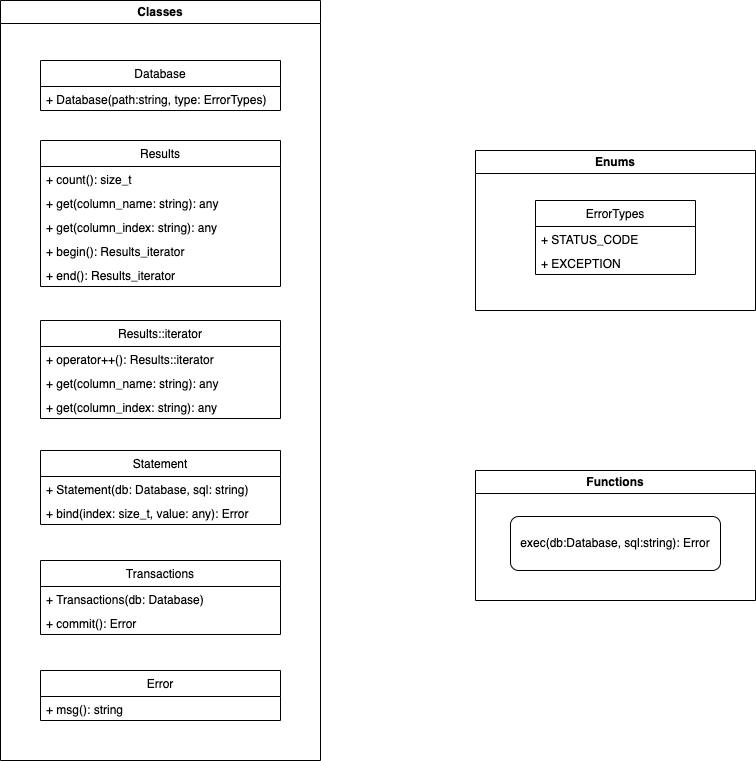
Above: architecture/demo.drawio.png in abdulla-ashurov/sqlite-wrapper-cpp (draw.io), before the change. Source tidied: cells renumbered, new cells last; positions are measured from the earlier drawing's top-left corner, leaving out a move shared by most shapes.
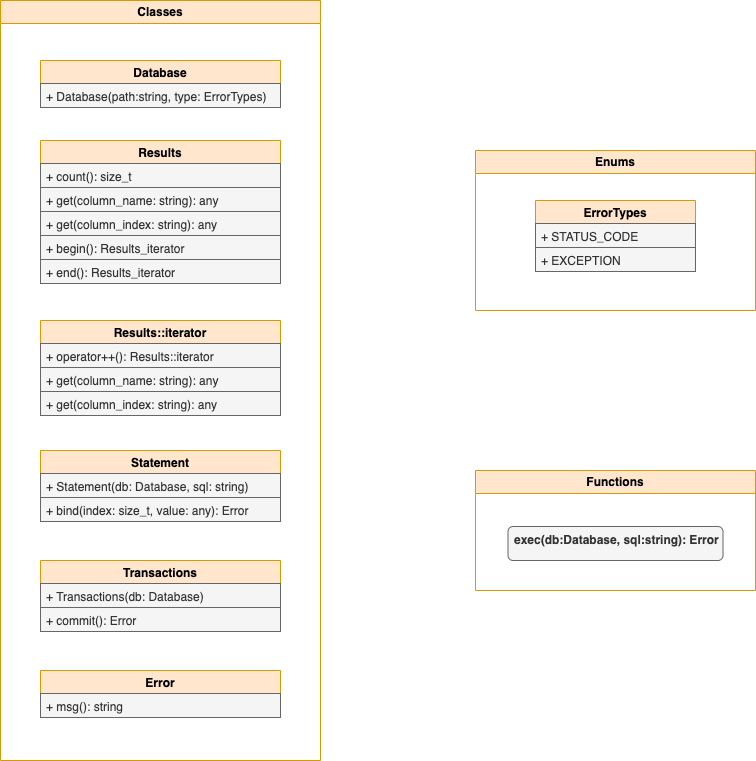
Later version of the same file.

Diff of the diagram source:
```diff
@@ -1,87 +1,87 @@
-<mxGraphModel>
+<mxGraphModel background="#FFFFFF">
   <root>
     <mxCell id="0" />
     <mxCell id="1" parent="0" />
-    <mxCell id="2" value="Classes" style="swimlane;whiteSpace=wrap;html=1;" parent="1" vertex="1">
+    <mxCell id="2" value="&lt;font color=&quot;#000000&quot;&gt;Classes&lt;/font&gt;" style="swimlane;whiteSpace=wrap;html=1;fillColor=#ffe6cc;strokeColor=#d79b00;align=center;verticalAlign=middle;spacingLeft=4;spacingRight=4;gradientColor=none;swimlaneFillColor=default;" parent="1" vertex="1">
       <mxGeometry width="320" height="760" as="geometry" />
     </mxCell>
-    <mxCell id="3" value="Database" style="swimlane;fontStyle=0;horizontal=1;startSize=26;fillColor=none;" parent="2" vertex="1">
-      <mxGeometry x="40" y="60" width="240" height="50" as="geometry" />
+    <mxCell id="3" value="Database" style="swimlane;fontStyle=1;horizontal=1;startSize=23;fillColor=#ffe6cc;strokeColor=#d79b00;fontColor=#000000;" parent="2" vertex="1">
+      <mxGeometry x="40" y="60" width="240" height="47" as="geometry" />
     </mxCell>
-    <mxCell id="4" value="+ Database(path:string, type: ErrorTypes)" style="text;strokeColor=none;fillColor=none;align=left;verticalAlign=top;spacingLeft=4;spacingRight=4;overflow=hidden;" parent="3" vertex="1">
-      <mxGeometry y="26" width="240" height="24" as="geometry" />
+    <mxCell id="4" value="+ Database(path:string, type: ErrorTypes)" style="text;strokeColor=#666666;fillColor=#f5f5f5;align=left;verticalAlign=top;spacingLeft=4;spacingRight=4;overflow=hidden;fontColor=#333333;" parent="3" vertex="1">
+      <mxGeometry y="23" width="240" height="24" as="geometry" />
     </mxCell>
-    <mxCell id="5" value="Error" style="swimlane;fontStyle=0;horizontal=1;startSize=26;fillColor=none;" parent="2" vertex="1">
-      <mxGeometry x="40" y="670" width="240" height="50" as="geometry" />
+    <mxCell id="5" value="Error" style="swimlane;fontStyle=1;horizontal=1;startSize=23;fillColor=#ffe6cc;strokeColor=#d79b00;fontColor=#000000;" parent="2" vertex="1">
+      <mxGeometry x="40" y="670" width="240" height="47" as="geometry" />
     </mxCell>
-    <mxCell id="6" value="+ msg(): string" style="text;strokeColor=none;fillColor=none;align=left;verticalAlign=top;spacingLeft=4;spacingRight=4;overflow=hidden;" parent="5" vertex="1">
-      <mxGeometry y="26" width="240" height="24" as="geometry" />
+    <mxCell id="6" value="+ msg(): string" style="text;strokeColor=#666666;fillColor=#f5f5f5;align=left;verticalAlign=top;spacingLeft=4;spacingRight=4;overflow=hidden;fontColor=#333333;" parent="5" vertex="1">
+      <mxGeometry y="23" width="240" height="24" as="geometry" />
     </mxCell>
-    <mxCell id="7" value="Results" style="swimlane;fontStyle=0;horizontal=1;startSize=26;fillColor=none;" parent="2" vertex="1">
-      <mxGeometry x="40" y="140" width="240" height="146" as="geometry" />
+    <mxCell id="7" value="Results" style="swimlane;fontStyle=1;horizontal=1;startSize=23;fillColor=#ffe6cc;strokeColor=#d79b00;fontColor=#000000;" parent="2" vertex="1">
+      <mxGeometry x="40" y="140" width="240" height="143" as="geometry" />
     </mxCell>
-    <mxCell id="8" value="+ count(): size_t" style="text;strokeColor=none;fillColor=none;align=left;verticalAlign=top;spacingLeft=4;spacingRight=4;overflow=hidden;" parent="7" vertex="1">
-      <mxGeometry y="26" width="240" height="24" as="geometry" />
+    <mxCell id="8" value="+ count(): size_t" style="text;align=left;verticalAlign=top;spacingLeft=4;spacingRight=4;overflow=hidden;fillColor=#f5f5f5;fontColor=#333333;strokeColor=#666666;" parent="7" vertex="1">
+      <mxGeometry y="23" width="240" height="24" as="geometry" />
     </mxCell>
-    <mxCell id="9" value="+ get(column_name: string): any" style="text;strokeColor=none;fillColor=none;align=left;verticalAlign=top;spacingLeft=4;spacingRight=4;overflow=hidden;" parent="7" vertex="1">
-      <mxGeometry y="50" width="240" height="24" as="geometry" />
+    <mxCell id="9" value="+ get(column_name: string): any" style="text;strokeColor=#666666;fillColor=#f5f5f5;align=left;verticalAlign=top;spacingLeft=4;spacingRight=4;overflow=hidden;fontColor=#333333;" parent="7" vertex="1">
+      <mxGeometry y="47" width="240" height="24" as="geometry" />
     </mxCell>
-    <mxCell id="10" value="+ get(column_index: string): any" style="text;strokeColor=none;fillColor=none;align=left;verticalAlign=top;spacingLeft=4;spacingRight=4;overflow=hidden;" parent="7" vertex="1">
-      <mxGeometry y="74" width="240" height="24" as="geometry" />
+    <mxCell id="10" value="+ get(column_index: string): any" style="text;strokeColor=#666666;fillColor=#f5f5f5;align=left;verticalAlign=top;spacingLeft=4;spacingRight=4;overflow=hidden;fontColor=#333333;" parent="7" vertex="1">
+      <mxGeometry y="71" width="240" height="24" as="geometry" />
     </mxCell>
-    <mxCell id="11" value="+ begin(): Results_iterator" style="text;strokeColor=none;fillColor=none;align=left;verticalAlign=top;spacingLeft=4;spacingRight=4;overflow=hidden;" parent="7" vertex="1">
-      <mxGeometry y="98" width="240" height="24" as="geometry" />
+    <mxCell id="11" value="+ begin(): Results_iterator" style="text;strokeColor=#666666;fillColor=#f5f5f5;align=left;verticalAlign=top;spacingLeft=4;spacingRight=4;overflow=hidden;fontColor=#333333;" parent="7" vertex="1">
+      <mxGeometry y="95" width="240" height="24" as="geometry" />
     </mxCell>
-    <mxCell id="12" value="+ end(): Results_iterator" style="text;strokeColor=none;fillColor=none;align=left;verticalAlign=top;spacingLeft=4;spacingRight=4;overflow=hidden;" parent="7" vertex="1">
-      <mxGeometry y="122" width="240" height="24" as="geometry" />
+    <mxCell id="12" value="+ end(): Results_iterator" style="text;strokeColor=#666666;fillColor=#f5f5f5;align=left;verticalAlign=top;spacingLeft=4;spacingRight=4;overflow=hidden;fontColor=#333333;" parent="7" vertex="1">
+      <mxGeometry y="119" width="240" height="24" as="geometry" />
     </mxCell>
-    <mxCell id="13" value="Results::iterator" style="swimlane;fontStyle=0;horizontal=1;startSize=26;fillColor=none;" parent="2" vertex="1">
-      <mxGeometry x="40" y="320" width="240" height="98" as="geometry" />
+    <mxCell id="13" value="Results::iterator" style="swimlane;fontStyle=1;horizontal=1;startSize=23;fillColor=#ffe6cc;strokeColor=#d79b00;fontColor=#000000;" parent="2" vertex="1">
+      <mxGeometry x="40" y="320" width="240" height="95" as="geometry" />
     </mxCell>
-    <mxCell id="14" value="+ operator++(): Results::iterator" style="text;strokeColor=none;fillColor=none;align=left;verticalAlign=top;spacingLeft=4;spacingRight=4;overflow=hidden;" parent="13" vertex="1">
-      <mxGeometry y="26" width="240" height="24" as="geometry" />
+    <mxCell id="14" value="+ operator++(): Results::iterator" style="text;strokeColor=#666666;fillColor=#f5f5f5;align=left;verticalAlign=top;spacingLeft=4;spacingRight=4;overflow=hidden;fontColor=#333333;" parent="13" vertex="1">
+      <mxGeometry y="23" width="240" height="24" as="geometry" />
     </mxCell>
-    <mxCell id="15" value="+ get(column_name: string): any" style="text;strokeColor=none;fillColor=none;align=left;verticalAlign=top;spacingLeft=4;spacingRight=4;overflow=hidden;" parent="13" vertex="1">
-      <mxGeometry y="50" width="240" height="24" as="geometry" />
+    <mxCell id="15" value="+ get(column_name: string): any" style="text;strokeColor=#666666;fillColor=#f5f5f5;align=left;verticalAlign=top;spacingLeft=4;spacingRight=4;overflow=hidden;fontColor=#333333;" parent="13" vertex="1">
+      <mxGeometry y="47" width="240" height="24" as="geometry" />
     </mxCell>
-    <mxCell id="16" value="+ get(column_index: string): any" style="text;strokeColor=none;fillColor=none;align=left;verticalAlign=top;spacingLeft=4;spacingRight=4;overflow=hidden;" parent="13" vertex="1">
-      <mxGeometry y="74" width="240" height="24" as="geometry" />
+    <mxCell id="16" value="+ get(column_index: string): any" style="text;strokeColor=#666666;fillColor=#f5f5f5;align=left;verticalAlign=top;spacingLeft=4;spacingRight=4;overflow=hidden;fontColor=#333333;" parent="13" vertex="1">
+      <mxGeometry y="71" width="240" height="24" as="geometry" />
     </mxCell>
-    <mxCell id="17" value="Statement" style="swimlane;fontStyle=0;horizontal=1;startSize=26;fillColor=none;" parent="2" vertex="1">
-      <mxGeometry x="40" y="450" width="240" height="74" as="geometry" />
+    <mxCell id="17" value="Statement" style="swimlane;fontStyle=1;horizontal=1;startSize=23;fillColor=#ffe6cc;strokeColor=#d79b00;fontColor=#000000;" parent="2" vertex="1">
+      <mxGeometry x="40" y="450" width="240" height="71" as="geometry" />
     </mxCell>
-    <mxCell id="18" value="+ Statement(db: Database, sql: string)" style="text;strokeColor=none;fillColor=none;align=left;verticalAlign=top;spacingLeft=4;spacingRight=4;overflow=hidden;" parent="17" vertex="1">
-      <mxGeometry y="26" width="240" height="24" as="geometry" />
+    <mxCell id="18" value="+ Statement(db: Database, sql: string)" style="text;strokeColor=#666666;fillColor=#f5f5f5;align=left;verticalAlign=top;spacingLeft=4;spacingRight=4;overflow=hidden;fontColor=#333333;" parent="17" vertex="1">
+      <mxGeometry y="23" width="240" height="24" as="geometry" />
     </mxCell>
-    <mxCell id="19" value="+ bind(index: size_t, value: any): Error" style="text;strokeColor=none;fillColor=none;align=left;verticalAlign=top;spacingLeft=4;spacingRight=4;overflow=hidden;" parent="17" vertex="1">
-      <mxGeometry y="50" width="240" height="24" as="geometry" />
+    <mxCell id="19" value="+ bind(index: size_t, value: any): Error" style="text;strokeColor=#666666;fillColor=#f5f5f5;align=left;verticalAlign=top;spacingLeft=4;spacingRight=4;overflow=hidden;fontColor=#333333;" parent="17" vertex="1">
+      <mxGeometry y="47" width="240" height="24" as="geometry" />
     </mxCell>
-    <mxCell id="20" value="Transactions" style="swimlane;fontStyle=0;horizontal=1;startSize=26;fillColor=none;" parent="2" vertex="1">
-      <mxGeometry x="40" y="560" width="240" height="74" as="geometry" />
+    <mxCell id="20" value="Transactions" style="swimlane;fontStyle=1;horizontal=1;startSize=23;fillColor=#ffe6cc;strokeColor=#d79b00;fontColor=#000000;" parent="2" vertex="1">
+      <mxGeometry x="40" y="560" width="240" height="71" as="geometry" />
     </mxCell>
-    <mxCell id="21" value="+ Transactions(db: Database)" style="text;strokeColor=none;fillColor=none;align=left;verticalAlign=top;spacingLeft=4;spacingRight=4;overflow=hidden;" parent="20" vertex="1">
-      <mxGeometry y="26" width="240" height="24" as="geometry" />
+    <mxCell id="21" value="+ Transactions(db: Database)" style="text;strokeColor=#666666;fillColor=#f5f5f5;align=left;verticalAlign=top;spacingLeft=4;spacingRight=4;overflow=hidden;fontColor=#333333;" parent="20" vertex="1">
+      <mxGeometry y="23" width="240" height="24" as="geometry" />
     </mxCell>
-    <mxCell id="22" value="+ commit(): Error" style="text;strokeColor=none;fillColor=none;align=left;verticalAlign=top;spacingLeft=4;spacingRight=4;overflow=hidden;" parent="20" vertex="1">
-      <mxGeometry y="50" width="240" height="24" as="geometry" />
+    <mxCell id="22" value="+ commit(): Error" style="text;strokeColor=#666666;fillColor=#f5f5f5;align=left;verticalAlign=top;spacingLeft=4;spacingRight=4;overflow=hidden;fontColor=#333333;" parent="20" vertex="1">
+      <mxGeometry y="47" width="240" height="24" as="geometry" />
     </mxCell>
-    <mxCell id="23" value="Enums" style="swimlane;whiteSpace=wrap;html=1;" parent="1" vertex="1">
+    <mxCell id="23" value="&lt;font color=&quot;#000000&quot;&gt;Enums&lt;/font&gt;" style="swimlane;whiteSpace=wrap;html=1;fillColor=#ffe6cc;strokeColor=#d79b00;startSize=23;swimlaneFillColor=default;" parent="1" vertex="1">
       <mxGeometry x="475" y="150" width="280" height="160" as="geometry" />
     </mxCell>
-    <mxCell id="24" value="ErrorTypes" style="swimlane;fontStyle=0;horizontal=1;startSize=26;fillColor=none;" parent="23" vertex="1">
-      <mxGeometry x="60" y="50" width="160" height="74" as="geometry" />
+    <mxCell id="24" value="ErrorTypes" style="swimlane;fontStyle=1;horizontal=1;startSize=23;fillColor=#ffe6cc;strokeColor=#d79b00;fontColor=#000000;" parent="23" vertex="1">
+      <mxGeometry x="60" y="50" width="160" height="71" as="geometry" />
     </mxCell>
-    <mxCell id="25" value="+ STATUS_CODE" style="text;strokeColor=none;fillColor=none;align=left;verticalAlign=top;spacingLeft=4;spacingRight=4;overflow=hidden;" parent="24" vertex="1">
-      <mxGeometry y="26" width="160" height="24" as="geometry" />
+    <mxCell id="25" value="+ STATUS_CODE" style="text;strokeColor=#666666;fillColor=#f5f5f5;align=left;verticalAlign=top;spacingLeft=4;spacingRight=4;overflow=hidden;fontColor=#333333;" parent="24" vertex="1">
+      <mxGeometry y="23" width="160" height="24" as="geometry" />
     </mxCell>
-    <mxCell id="26" value="+ EXCEPTION" style="text;strokeColor=none;fillColor=none;align=left;verticalAlign=top;spacingLeft=4;spacingRight=4;overflow=hidden;" parent="24" vertex="1">
-      <mxGeometry y="50" width="160" height="24" as="geometry" />
+    <mxCell id="26" value="+ EXCEPTION" style="text;strokeColor=#666666;fillColor=#f5f5f5;align=left;verticalAlign=top;spacingLeft=4;spacingRight=4;overflow=hidden;fontColor=#333333;" parent="24" vertex="1">
+      <mxGeometry y="47" width="160" height="24" as="geometry" />
     </mxCell>
-    <mxCell id="27" value="Functions" style="swimlane;whiteSpace=wrap;html=1;" parent="1" vertex="1">
-      <mxGeometry x="475" y="470" width="280" height="130" as="geometry" />
+    <mxCell id="27" value="&lt;font style=&quot;&quot; color=&quot;#000000&quot;&gt;Functions&lt;/font&gt;" style="swimlane;whiteSpace=wrap;html=1;fillColor=#ffe6cc;strokeColor=#d79b00;swimlaneFillColor=default;gradientColor=none;" parent="1" vertex="1">
+      <mxGeometry x="475" y="470" width="280" height="120" as="geometry" />
     </mxCell>
-    <mxCell id="28" value="exec(db:Database, sql:string): Error" style="rounded=1;whiteSpace=wrap;html=1;" parent="27" vertex="1">
-      <mxGeometry x="35" y="46" width="210" height="54" as="geometry" />
+    <mxCell id="28" value="exec(db:Database, sql:string): Error" style="rounded=1;whiteSpace=wrap;html=1;fillColor=#f5f5f5;strokeColor=#666666;fontColor=#333333;fontStyle=1;startSize=23;align=left;verticalAlign=top;gradientColor=none;spacingLeft=4;spacingRight=4;" parent="27" vertex="1">
+      <mxGeometry x="32.5" y="56" width="215" height="34" as="geometry" />
     </mxCell>
   </root>
 </mxGraphModel>
```
